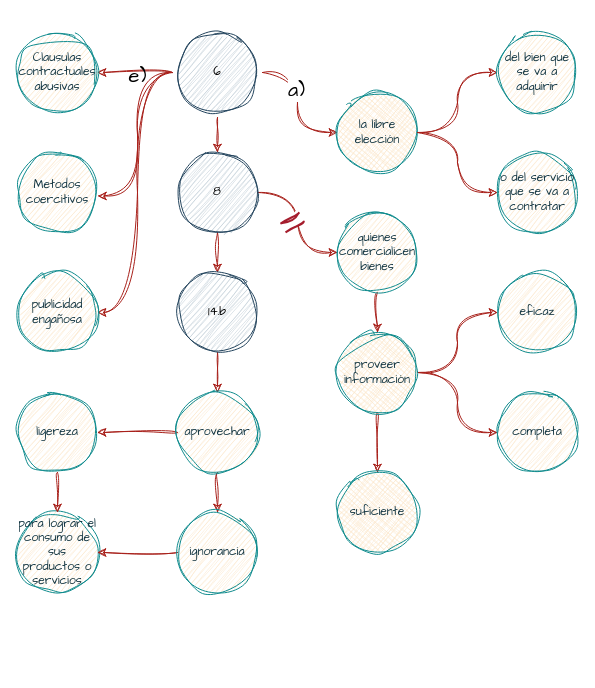
Earlier version of the draw.io diagram page "Page-4" (4 of 4) of Copy of piramide.drawio (FriendsAtDawn/drawio). Source tidied: cells renumbered, new cells numbered last; positions are measured from the earlier drawing's top-left corner, leaving out a move shared by most shapes. Both pictures are drawn from the tidied source at 100%, with x=0, y=0 at pixel (17, 32).
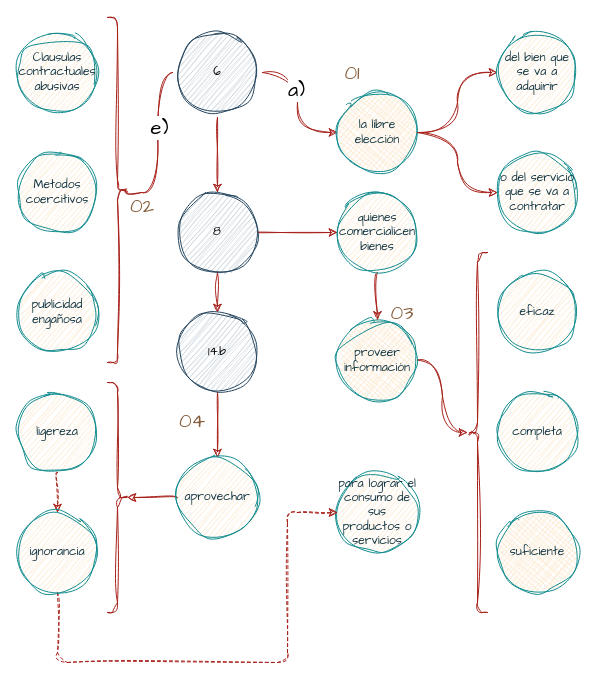
Above is the later version.

Unchanged cells that the change refers to:
```xml
<mxCell id="8" value="6" style="ellipse;whiteSpace=wrap;html=1;fontFamily=Architects Daughter;fontSize=12;labelBackgroundColor=none;fillColor=#bac8d3;strokeColor=#23445d;rounded=0;sketch=1;curveFitting=1;jiggle=2;perimeterSpacing=5;shadow=0;" parent="1" vertex="1">
  <mxGeometry x="160" width="80" height="80" as="geometry" />
</mxCell>
<mxCell id="11" value="publicidad engañosa" style="ellipse;whiteSpace=wrap;html=1;fontFamily=Architects Daughter;fontSize=12;labelBackgroundColor=none;fillColor=#FAE5C7;strokeColor=#0F8B8D;fontColor=#143642;rounded=0;sketch=1;curveFitting=1;jiggle=2;" parent="1" vertex="1">
  <mxGeometry y="240" width="80" height="80" as="geometry" />
</mxCell>
<mxCell id="12" value="Metodos coercitivos" style="ellipse;whiteSpace=wrap;html=1;fontFamily=Architects Daughter;fontSize=12;labelBackgroundColor=none;fillColor=#FAE5C7;strokeColor=#0F8B8D;fontColor=#143642;rounded=0;sketch=1;curveFitting=1;jiggle=2;" parent="1" vertex="1">
  <mxGeometry y="120" width="80" height="80" as="geometry" />
</mxCell>
<mxCell id="13" value="Clausulas contractuales abusivas" style="ellipse;whiteSpace=wrap;html=1;fontFamily=Architects Daughter;fontSize=12;labelBackgroundColor=none;fillColor=#FAE5C7;strokeColor=#0F8B8D;fontColor=#143642;rounded=0;sketch=1;curveFitting=1;jiggle=2;" parent="1" vertex="1">
  <mxGeometry width="80" height="80" as="geometry" />
</mxCell>
<mxCell id="26" value="completa" style="ellipse;whiteSpace=wrap;html=1;fontFamily=Architects Daughter;fontSize=12;labelBackgroundColor=none;fillColor=#FAE5C7;strokeColor=#0F8B8D;fontColor=#143642;rounded=0;sketch=1;curveFitting=1;jiggle=2;" parent="1" vertex="1">
  <mxGeometry x="480" y="360" width="80" height="80" as="geometry" />
</mxCell>
<mxCell id="29" value="eficaz" style="ellipse;whiteSpace=wrap;html=1;fontFamily=Architects Daughter;fontSize=12;labelBackgroundColor=none;fillColor=#FAE5C7;strokeColor=#0F8B8D;fontColor=#143642;rounded=0;sketch=1;curveFitting=1;jiggle=2;" parent="1" vertex="1">
  <mxGeometry x="480" y="240" width="80" height="80" as="geometry" />
</mxCell>
<mxCell id="33" value="ligereza" style="ellipse;whiteSpace=wrap;html=1;fontFamily=Architects Daughter;fontSize=12;labelBackgroundColor=none;fillColor=#FAE5C7;strokeColor=#0F8B8D;fontColor=#143642;rounded=0;sketch=1;curveFitting=1;jiggle=2;" parent="1" vertex="1">
  <mxGeometry y="360" width="80" height="80" as="geometry" />
</mxCell>
```

What changed in the source:
```diff
@@
-    <mxCell id="5" style="edgeStyle=orthogonalEdgeStyle;shape=connector;curved=1;rounded=1;sketch=1;jiggle=2;curveFitting=1;jettySize=auto;html=1;entryX=1;entryY=0.5;entryDx=0;entryDy=0;labelBackgroundColor=none;strokeColor=#A8201A;fontFamily=Architects Daughter;fontSize=12;fontColor=default;endArrow=classic;exitX=0;exitY=0.5;exitDx=0;exitDy=0;" parent="1" edge="1" source="8" target="13">
-      <mxGeometry relative="1" as="geometry" />
-    </mxCell>
-    <mxCell id="6" style="edgeStyle=orthogonalEdgeStyle;sketch=1;hachureGap=4;jiggle=2;curveFitting=1;jettySize=auto;html=1;entryX=1.005;entryY=0.543;entryDx=0;entryDy=0;entryPerimeter=0;fontFamily=Architects Daughter;fontSize=12;labelBackgroundColor=none;strokeColor=#A8201A;curved=1;" parent="1" edge="1" source="8" target="12">
-      <mxGeometry relative="1" as="geometry" />
-    </mxCell>
-    <mxCell id="7" style="edgeStyle=orthogonalEdgeStyle;shape=connector;curved=1;rounded=1;sketch=1;hachureGap=4;jiggle=2;curveFitting=1;jettySize=auto;html=1;labelBackgroundColor=none;strokeColor=#A8201A;fontFamily=Architects Daughter;fontSize=12;fontColor=default;endArrow=classic;entryX=1;entryY=0.5;entryDx=0;entryDy=0;" parent="1" edge="1" source="8" target="11">
-      <mxGeometry relative="1" as="geometry" />
-    </mxCell>
+    <mxCell id="41" style="edgeStyle=orthogonalEdgeStyle;jettySize=auto;html=1;labelBackgroundColor=none;fontSize=12;fontFamily=Architects Daughter;strokeColor=#A8201A;sketch=1;curveFitting=1;jiggle=2;curved=1;endArrow=none;endFill=0;entryX=0.1;entryY=0.5;entryDx=0;entryDy=0;entryPerimeter=0;" parent="1" edge="1" source="8" target="51">
+      <mxGeometry relative="1" as="geometry">
+        <Array as="points">
+          <mxPoint x="140" y="40" />
+          <mxPoint x="140" y="160" />
+          <mxPoint x="108" y="160" />
+        </Array>
+      </mxGeometry>
+    </mxCell>
+    <mxCell id="39" value="&lt;font style=&quot;font-size: 20px;&quot;&gt;e)&lt;/font&gt;" style="edgeLabel;html=1;align=center;verticalAlign=middle;fontSize=12;fontFamily=Architects Daughter;fontColor=default;" parent="41" vertex="1">
+      <mxGeometry x="-0.18" y="1" relative="1" as="geometry" />
+    </mxCell>
@@
     <mxCell id="16" value="8" style="ellipse;whiteSpace=wrap;html=1;fontFamily=Architects Daughter;fontSize=12;labelBackgroundColor=none;fillColor=#bac8d3;strokeColor=#23445d;fontColor=default;rounded=0;sketch=1;curveFitting=1;jiggle=2;shadow=0;" parent="1" vertex="1">
-      <mxGeometry x="160" y="120" width="80" height="80" as="geometry" />
+      <mxGeometry x="160" y="160" width="80" height="80" as="geometry" />
     </mxCell>
-    <mxCell id="17" style="edgeStyle=orthogonalEdgeStyle;jettySize=auto;html=1;labelBackgroundColor=none;strokeColor=#A8201A;fontColor=default;fontSize=12;fontFamily=Architects Daughter;sketch=1;curveFitting=1;jiggle=2;curved=1;entryX=0;entryY=0.5;entryDx=0;entryDy=0;" parent="1" edge="1" source="20" target="29">
-      <mxGeometry relative="1" as="geometry" />
-    </mxCell>
-    <mxCell id="18" style="edgeStyle=orthogonalEdgeStyle;shape=connector;curved=1;rounded=1;sketch=1;jiggle=2;curveFitting=1;jettySize=auto;html=1;exitX=1;exitY=0.5;exitDx=0;exitDy=0;entryX=0;entryY=0.5;entryDx=0;entryDy=0;labelBackgroundColor=none;strokeColor=#A8201A;fontFamily=Architects Daughter;fontSize=12;fontColor=default;endArrow=classic;" parent="1" edge="1" source="20" target="26">
-      <mxGeometry relative="1" as="geometry" />
-    </mxCell>
-    <mxCell id="19" style="edgeStyle=orthogonalEdgeStyle;shape=connector;curved=1;rounded=1;sketch=1;hachureGap=4;jiggle=2;curveFitting=1;jettySize=auto;html=1;labelBackgroundColor=none;strokeColor=#A8201A;fontFamily=Architects Daughter;fontSize=12;fontColor=default;endArrow=classic;" parent="1" edge="1" source="20" target="40">
-      <mxGeometry relative="1" as="geometry" />
-    </mxCell>
+    <mxCell id="42" style="edgeStyle=orthogonalEdgeStyle;shape=connector;curved=1;rounded=1;sketch=1;jiggle=2;curveFitting=1;jettySize=auto;html=1;exitX=1;exitY=0.5;exitDx=0;exitDy=0;labelBackgroundColor=none;strokeColor=#A8201A;fontFamily=Architects Daughter;fontSize=12;fontColor=default;endArrow=classic;" parent="1" edge="1" source="20" target="49">
+      <mxGeometry relative="1" as="geometry" />
+    </mxCell>
     <mxCell id="20" value="&lt;div&gt;proveer&lt;/div&gt;&lt;div&gt;información&lt;br&gt;&lt;/div&gt;" style="ellipse;whiteSpace=wrap;html=1;fontFamily=Architects Daughter;fontSize=12;labelBackgroundColor=none;fillColor=#FAE5C7;strokeColor=#0F8B8D;fontColor=#143642;fillStyle=cross-hatch;rounded=0;sketch=1;curveFitting=1;jiggle=2;" parent="1" vertex="1">
-      <mxGeometry x="320" y="300" width="80" height="80" as="geometry" />
+      <mxGeometry x="320" y="287.5" width="80" height="80" as="geometry" />
     </mxCell>
@@
     <mxCell id="22" value="14.b" style="ellipse;whiteSpace=wrap;html=1;fontFamily=Architects Daughter;fontSize=12;labelBackgroundColor=none;fillColor=#bac8d3;strokeColor=#23445d;fontColor=default;rounded=0;sketch=1;curveFitting=1;jiggle=2;shadow=0;" parent="1" vertex="1">
-      <mxGeometry x="160" y="240" width="80" height="80" as="geometry" />
+      <mxGeometry x="160" y="280" width="80" height="80" as="geometry" />
     </mxCell>
-    <mxCell id="23" style="edgeStyle=orthogonalEdgeStyle;jettySize=auto;html=1;fontFamily=Architects Daughter;fontSize=12;fontColor=default;labelBackgroundColor=none;strokeColor=#A8201A;sketch=1;curveFitting=1;jiggle=2;curved=1;" parent="1" edge="1" source="25" target="33">
-      <mxGeometry relative="1" as="geometry" />
-    </mxCell>
-    <mxCell id="24" style="edgeStyle=orthogonalEdgeStyle;jettySize=auto;html=1;fontFamily=Architects Daughter;fontSize=12;fontColor=default;labelBackgroundColor=none;strokeColor=#A8201A;sketch=1;curveFitting=1;jiggle=2;curved=1;" parent="1" edge="1" source="25" target="35">
-      <mxGeometry relative="1" as="geometry" />
-    </mxCell>
+    <mxCell id="43" style="edgeStyle=orthogonalEdgeStyle;shape=connector;curved=1;rounded=1;sketch=1;jiggle=2;curveFitting=1;jettySize=auto;html=1;exitX=0;exitY=0.5;exitDx=0;exitDy=0;labelBackgroundColor=none;strokeColor=#A8201A;fontFamily=Architects Daughter;fontSize=12;fontColor=default;endArrow=classic;" parent="1" edge="1" source="25" target="50">
+      <mxGeometry relative="1" as="geometry" />
+    </mxCell>
     <mxCell id="25" value="aprovechar" style="ellipse;whiteSpace=wrap;html=1;fontFamily=Architects Daughter;fontSize=12;labelBackgroundColor=none;fillColor=#FAE5C7;strokeColor=#0F8B8D;fontColor=#143642;rounded=0;sketch=1;curveFitting=1;jiggle=2;" parent="1" vertex="1">
-      <mxGeometry x="160" y="360" width="80" height="80" as="geometry" />
+      <mxGeometry x="160" y="425" width="80" height="80" as="geometry" />
     </mxCell>
@@
     <mxCell id="28" value="&lt;div&gt;quienes comercialicen&lt;/div&gt;&lt;div&gt;bienes&lt;br&gt;&lt;/div&gt;" style="ellipse;whiteSpace=wrap;html=1;fontFamily=Architects Daughter;fontSize=12;labelBackgroundColor=none;fillColor=#FAE5C7;strokeColor=#0F8B8D;fontColor=#143642;rounded=0;sketch=1;curveFitting=1;jiggle=2;" parent="1" vertex="1">
-      <mxGeometry x="320" y="180" width="80" height="80" as="geometry" />
+      <mxGeometry x="320" y="160" width="80" height="80" as="geometry" />
     </mxCell>
@@
     <mxCell id="30" value="para lograr el consumo de sus productos o servicios" style="ellipse;whiteSpace=wrap;html=1;fontFamily=Architects Daughter;fontSize=12;labelBackgroundColor=none;fillColor=#FAE5C7;strokeColor=#0F8B8D;fontColor=#143642;rounded=0;sketch=1;curveFitting=1;jiggle=2;" parent="1" vertex="1">
-      <mxGeometry y="480" width="80" height="80" as="geometry" />
+      <mxGeometry x="320" y="440" width="80" height="80" as="geometry" />
     </mxCell>
@@
-    <mxCell id="32" style="edgeStyle=orthogonalEdgeStyle;shape=connector;curved=1;rounded=1;sketch=1;jiggle=2;curveFitting=1;jettySize=auto;html=1;exitX=0.5;exitY=1;exitDx=0;exitDy=0;labelBackgroundColor=none;strokeColor=#A8201A;fontFamily=Architects Daughter;fontSize=12;fontColor=default;endArrow=classic;" parent="1" edge="1" source="33" target="30">
-      <mxGeometry relative="1" as="geometry" />
-    </mxCell>
+    <mxCell id="44" style="edgeStyle=orthogonalEdgeStyle;shape=connector;curved=1;rounded=1;sketch=1;jiggle=2;curveFitting=1;jettySize=auto;html=1;exitX=0.5;exitY=1;exitDx=0;exitDy=0;labelBackgroundColor=none;strokeColor=#A8201A;fontFamily=Architects Daughter;fontSize=12;fontColor=default;endArrow=classic;dashed=1;" parent="1" edge="1" source="33" target="35">
+      <mxGeometry relative="1" as="geometry" />
+    </mxCell>
@@
-    <mxCell id="34" style="edgeStyle=orthogonalEdgeStyle;shape=connector;curved=1;rounded=1;sketch=1;jiggle=2;curveFitting=1;jettySize=auto;html=1;exitX=0;exitY=0.5;exitDx=0;exitDy=0;entryX=1;entryY=0.5;entryDx=0;entryDy=0;labelBackgroundColor=none;strokeColor=#A8201A;fontFamily=Architects Daughter;fontSize=12;fontColor=default;endArrow=classic;" parent="1" edge="1" source="35" target="30">
-      <mxGeometry relative="1" as="geometry" />
+    <mxCell id="34" style="edgeStyle=orthogonalEdgeStyle;shape=connector;rounded=1;sketch=1;jiggle=2;curveFitting=1;jettySize=auto;html=1;exitX=0.5;exitY=1;exitDx=0;exitDy=0;entryX=0;entryY=0.5;entryDx=0;entryDy=0;labelBackgroundColor=none;strokeColor=#A8201A;fontFamily=Architects Daughter;fontSize=12;fontColor=default;endArrow=classic;dashed=1;" parent="1" edge="1" source="35" target="30">
+      <mxGeometry relative="1" as="geometry">
+        <Array as="points">
+          <mxPoint x="40" y="630" />
+          <mxPoint x="270" y="630" />
+          <mxPoint x="270" y="480" />
+        </Array>
+      </mxGeometry>
     </mxCell>
     <mxCell id="35" value="ignorancia" style="ellipse;whiteSpace=wrap;html=1;fontFamily=Architects Daughter;fontSize=12;labelBackgroundColor=none;fillColor=#FAE5C7;strokeColor=#0F8B8D;fontColor=#143642;rounded=0;sketch=1;curveFitting=1;jiggle=2;" parent="1" vertex="1">
-      <mxGeometry x="160" y="480" width="80" height="80" as="geometry" />
+      <mxGeometry y="480" width="80" height="80" as="geometry" />
     </mxCell>
@@
-    <mxCell id="38" style="shape=partialRectangle;whiteSpace=wrap;html=1;top=0;bottom=0;fillColor=default;fontFamily=Architects Daughter;fontSize=12;fontColor=default;rotation=60;strokeColor=#a51d2d;strokeWidth=2;sketch=1;curveFitting=1;jiggle=2;perimeterSpacing=3;" parent="1" vertex="1">
-      <mxGeometry x="270" y="180" width="10" height="20" as="geometry" />
-    </mxCell>
-    <mxCell id="39" value="e)" style="text;html=1;align=center;verticalAlign=middle;strokeColor=none;fillColor=none;fontSize=20;fontFamily=Architects Daughter;fontColor=default;" parent="1" vertex="1">
-      <mxGeometry x="100" y="23" width="40" height="40" as="geometry" />
-    </mxCell>
     <mxCell id="40" value="suficiente" style="ellipse;whiteSpace=wrap;html=1;fontFamily=Architects Daughter;fontSize=12;labelBackgroundColor=none;fillColor=#FAE5C7;strokeColor=#0F8B8D;fontColor=#143642;fillStyle=cross-hatch;rounded=0;sketch=1;curveFitting=1;jiggle=2;hachureGap=4;" parent="1" vertex="1">
-      <mxGeometry x="320" y="440" width="80" height="80" as="geometry" />
+      <mxGeometry x="480" y="480" width="80" height="80" as="geometry" />
     </mxCell>
+    <mxCell id="45" value="01" style="text;html=1;strokeColor=none;fillColor=none;align=center;verticalAlign=middle;whiteSpace=wrap;rounded=0;fontSize=20;fontFamily=Architects Daughter;fontColor=#865e3c;perimeter=ellipsePerimeter;enumerate=0;" parent="1" vertex="1">
+      <mxGeometry x="320" y="32.5" width="30" height="15" as="geometry" />
+    </mxCell>
+    <mxCell id="46" value="02" style="text;html=1;strokeColor=none;fillColor=none;align=center;verticalAlign=middle;whiteSpace=wrap;rounded=0;fontSize=20;fontFamily=Architects Daughter;fontColor=#865e3c;perimeter=ellipsePerimeter;enumerate=0;" parent="1" vertex="1">
+      <mxGeometry x="110" y="165" width="30" height="15" as="geometry" />
+    </mxCell>
+    <mxCell id="47" value="03" style="text;html=1;strokeColor=none;fillColor=none;align=center;verticalAlign=middle;whiteSpace=wrap;rounded=0;fontSize=20;fontFamily=Architects Daughter;fontColor=#865e3c;perimeter=ellipsePerimeter;enumerate=0;" parent="1" vertex="1">
+      <mxGeometry x="370" y="272.5" width="30" height="15" as="geometry" />
+    </mxCell>
+    <mxCell id="48" value="04" style="text;html=1;strokeColor=none;fillColor=none;align=center;verticalAlign=middle;whiteSpace=wrap;rounded=0;fontSize=20;fontFamily=Architects Daughter;fontColor=#865e3c;perimeter=ellipsePerimeter;enumerate=0;" parent="1" vertex="1">
+      <mxGeometry x="160" y="380" width="30" height="15" as="geometry" />
+    </mxCell>
+    <mxCell id="49" style="shape=curlyBracket;whiteSpace=wrap;html=1;rounded=1;labelPosition=left;verticalLabelPosition=middle;align=center;verticalAlign=middle;fontFamily=Architects Daughter;fontSize=12;fontColor=default;labelBackgroundColor=none;endArrow=classic;strokeColor=#A8201A;sketch=1;jiggle=2;curveFitting=1;" parent="1" vertex="1">
+      <mxGeometry x="450" y="220" width="20" height="360" as="geometry" />
+    </mxCell>
+    <mxCell id="50" style="shape=curlyBracket;whiteSpace=wrap;html=1;rounded=1;labelPosition=left;verticalLabelPosition=middle;align=center;verticalAlign=middle;fontFamily=Architects Daughter;fontSize=12;fontColor=default;labelBackgroundColor=none;endArrow=classic;strokeColor=#A8201A;sketch=1;jiggle=2;curveFitting=1;rotation=-180;" parent="1" vertex="1">
+      <mxGeometry x="90" y="350" width="20" height="230" as="geometry" />
+    </mxCell>
+    <mxCell id="51" style="shape=curlyBracket;whiteSpace=wrap;html=1;rounded=1;labelPosition=left;verticalLabelPosition=middle;align=center;verticalAlign=middle;fontFamily=Architects Daughter;fontSize=12;fontColor=default;labelBackgroundColor=none;endArrow=classic;strokeColor=#A8201A;sketch=1;jiggle=2;curveFitting=1;rotation=-180;" parent="1" vertex="1">
+      <mxGeometry x="90" y="-15" width="20" height="345" as="geometry" />
+    </mxCell>
```
